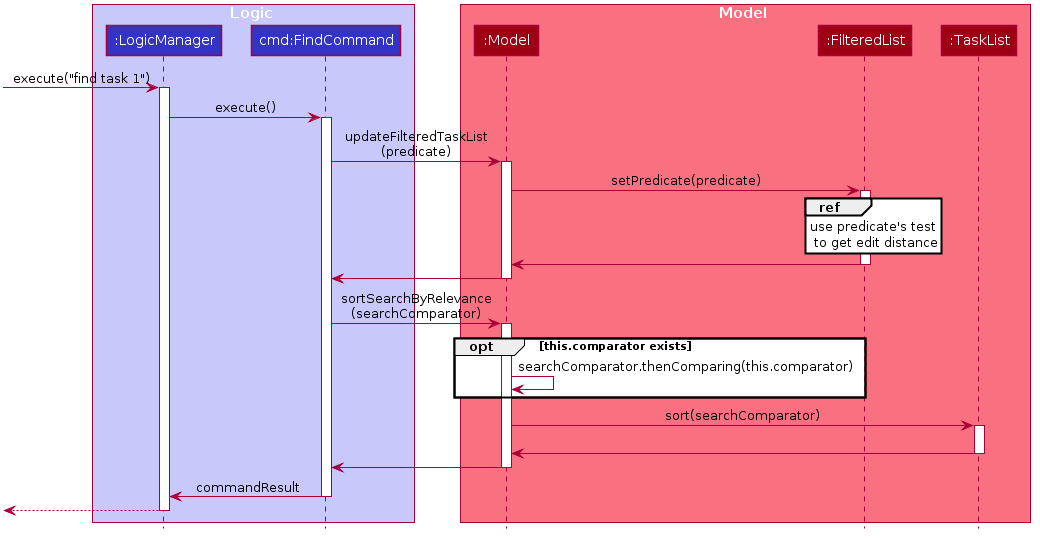
Before: docs/images/FindSequenceDiagram.png, a diagram exported from PlantUML (nus-cs2103-AY1920S2/addressbook-level3).
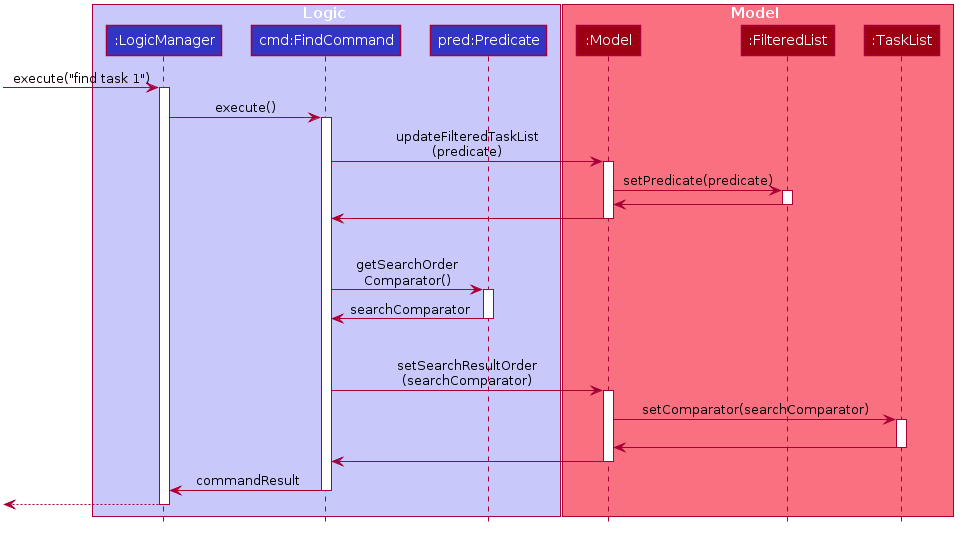
After the commit.

Diff of the diagram source:
```diff
@@ -53,6 +53,7 @@
 box Logic #C8C8FA
 participant ":LogicManager" as LogicManager #3333C4
 participant "cmd:FindCommand" as FindCommand #3333C4
+participant "pred:Predicate" as Predicate #3333C4
 end box
 box Model #F97181
 participant ":Model" as Model #9D0012
@@ -71,26 +72,29 @@
 
 Model -> FilteredList: setPredicate(predicate)
 activate FilteredList
-ref over FilteredList: use predicate's test\n to get edit distance
 FilteredList -> Model
 deactivate FilteredList
 
 Model -> FindCommand
 deactivate Model
 
-FindCommand -> Model: sortSearchByRelevance\n(searchComparator)
+FindCommand -[hidden]-> FindCommand
+
+FindCommand -> Predicate: getSearchOrder\nComparator()
+activate Predicate
+Predicate -> FindCommand: searchComparator
+deactivate Predicate
+
+FindCommand -[hidden]-> FindCommand
+
+FindCommand -> Model: setSearchResultOrder\n(searchComparator)
 activate Model
 
-opt this.comparator exists
-    Model -> Model: searchComparator.thenComparing(this.comparator)
-end
-
-Model -> TaskList:sort(searchComparator)
+Model -> TaskList:setComparator(searchComparator)
 activate TaskList
 TaskList -[hidden]> Model
 TaskList -> Model
 deactivate TaskList
-
 
 Model -> FindCommand
 deactivate Model
```
